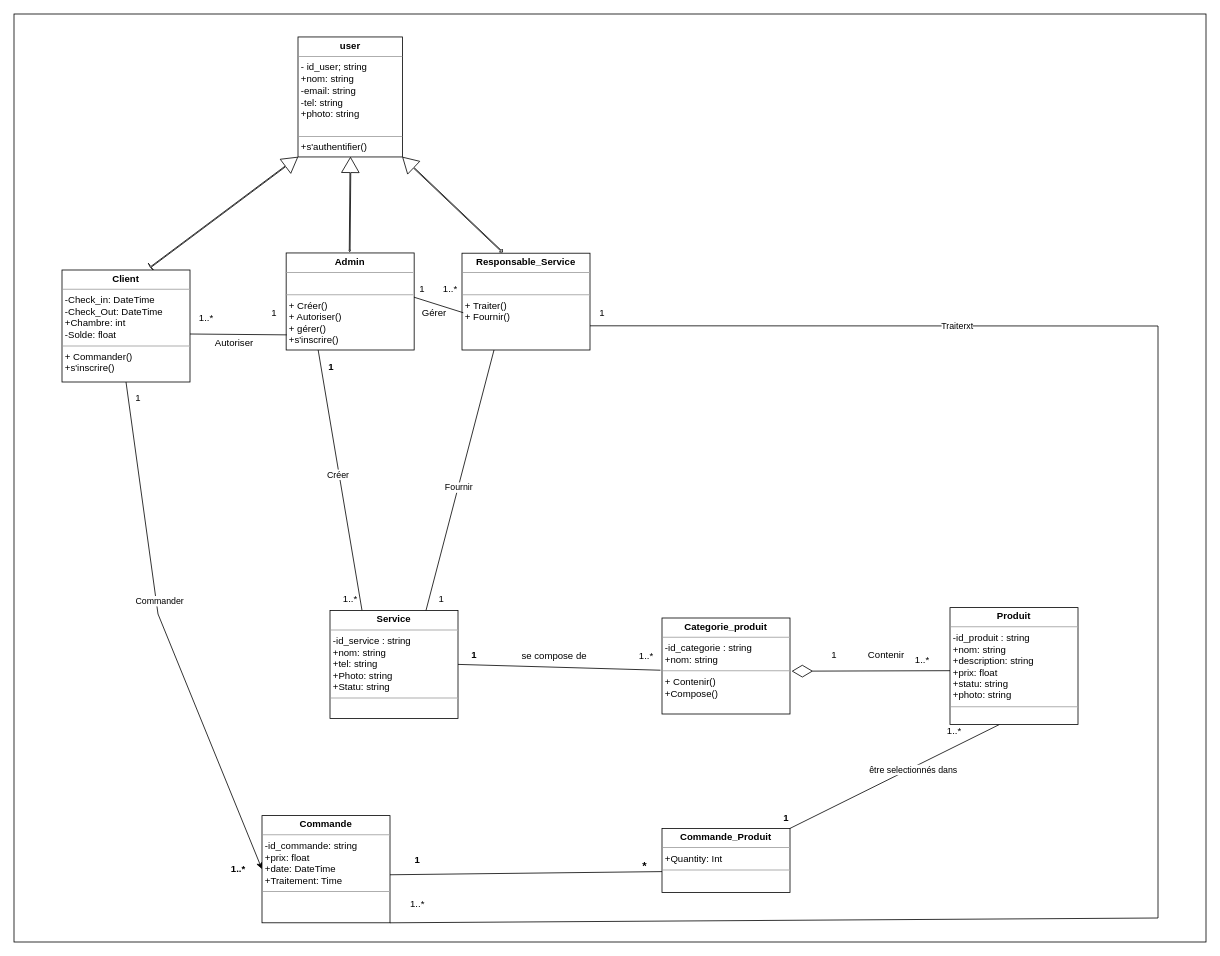
Earlier version of the draw.io diagram page "Class" (1 of 2) of Use case drawio v2.drawio (labidimahdi/diagrams). Source tidied: cells renumbered, new cells numbered last; positions are measured from the earlier drawing's top-left corner, leaving out a move shared by most shapes. Both pictures are drawn from the tidied source at 80%, with x=0, y=0 at pixel (14, 14).
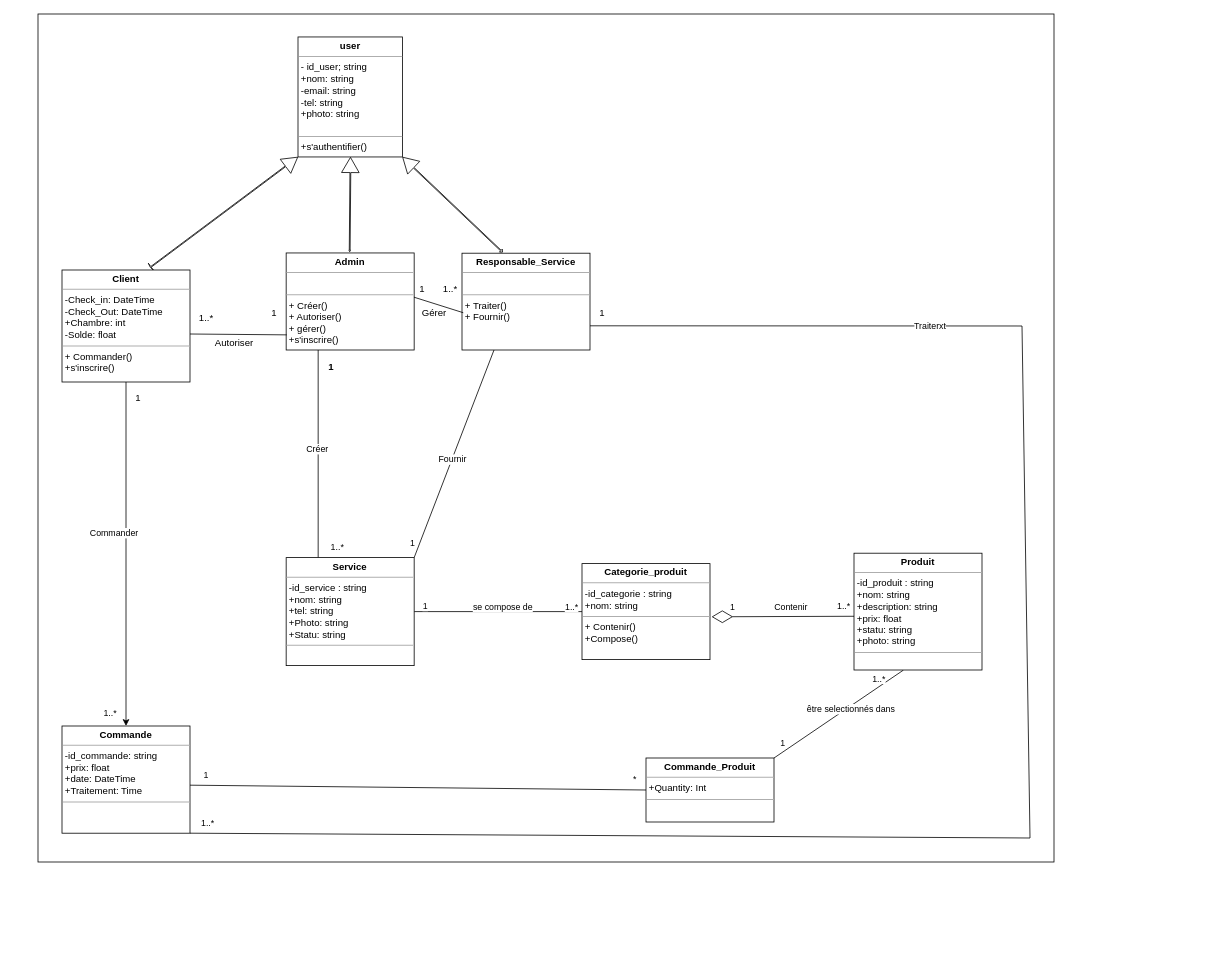
After the change.

Commit message:
Mettre à jour Use case drawio v2.drawio

Unchanged cells that the change refers to:
```xml
<mxCell id="13" style="endArrow=none;html=1;rounded=0;exitX=1;exitY=0;exitDx=0;exitDy=0;entryX=0.386;entryY=1.001;entryDx=0;entryDy=0;entryPerimeter=0;" parent="1" edge="1" source="39" target="38">
  <mxGeometry relative="1" as="geometry" />
</mxCell>
<mxCell id="15" style="rounded=0;jettySize=auto;html=1;exitX=0.25;exitY=1;exitDx=0;exitDy=0;entryX=0.25;entryY=0;entryDx=0;entryDy=0;endArrow=none;endFill=0;" parent="1" edge="1" source="17" target="19">
  <mxGeometry relative="1" as="geometry" />
</mxCell>
<mxCell id="22" value="&lt;p style=&quot;margin:0px;margin-top:4px;text-align:center;&quot;&gt;&lt;b&gt;Responsable_Service&lt;/b&gt;&lt;/p&gt;&lt;hr size=&quot;1&quot;&gt;&lt;p style=&quot;margin:0px;margin-left:4px;&quot;&gt;&lt;br&gt;&lt;/p&gt;&lt;hr size=&quot;1&quot;&gt;&lt;p style=&quot;margin:0px;margin-left:4px;&quot;&gt;+ Traiter()&lt;/p&gt;&lt;p style=&quot;margin:0px;margin-left:4px;&quot;&gt;+ Fournir()&lt;/p&gt;" style="verticalAlign=top;align=left;overflow=fill;fontSize=12;fontFamily=Helvetica;html=1;whiteSpace=wrap;" parent="1" vertex="1">
  <mxGeometry x="560" y="299" width="160" height="121" as="geometry" />
</mxCell>
<mxCell id="29" value="&lt;p style=&quot;margin:0px;margin-top:4px;text-align:center;&quot;&gt;&lt;b&gt;Client&lt;/b&gt;&lt;/p&gt;&lt;hr size=&quot;1&quot;&gt;&lt;p style=&quot;margin:0px;margin-left:4px;&quot;&gt;-Check_in: DateTime&lt;/p&gt;&lt;p style=&quot;margin:0px;margin-left:4px;&quot;&gt;-Check_Out: DateTime&lt;/p&gt;&lt;p style=&quot;margin:0px;margin-left:4px;&quot;&gt;+Chambre: int&lt;/p&gt;&lt;p style=&quot;margin:0px;margin-left:4px;&quot;&gt;-Solde: float&lt;/p&gt;&lt;hr size=&quot;1&quot;&gt;&lt;p style=&quot;margin:0px;margin-left:4px;&quot;&gt;+ Commander()&lt;/p&gt;&lt;p style=&quot;margin:0px;margin-left:4px;&quot;&gt;+s'inscrire()&lt;/p&gt;" style="verticalAlign=top;align=left;overflow=fill;fontSize=12;fontFamily=Helvetica;html=1;whiteSpace=wrap;" parent="1" vertex="1">
  <mxGeometry x="60" y="320" width="160" height="140" as="geometry" />
</mxCell>
```

Diff of the diagram source:
```diff
@@
     <mxCell id="2" style="rounded=0;whiteSpace=wrap;html=1;" parent="1" vertex="1">
-      <mxGeometry width="1490" height="1160" as="geometry" />
+      <mxGeometry x="30" width="1270" height="1060" as="geometry" />
     </mxCell>
-    <mxCell id="3" value="1" style="text;align=center;fontStyle=1;verticalAlign=middle;spacingLeft=3;spacingRight=3;strokeColor=none;html=1;" parent="1" vertex="1">
-      <mxGeometry x="489" y="1045" width="30" height="26" as="geometry" />
-    </mxCell>
-    <mxCell id="4" value="1" style="text;align=center;fontStyle=1;verticalAlign=middle;spacingLeft=3;spacingRight=3;strokeColor=none;html=1;" parent="1" vertex="1">
-      <mxGeometry x="950" y="992" width="30" height="26" as="geometry" />
-    </mxCell>
+    <mxCell id="6" value="1" style="text;align=center;fontStyle=1;verticalAlign=middle;spacingLeft=3;spacingRight=3;strokeColor=none;html=1;" parent="1" vertex="1">
+      <mxGeometry x="378" y="430" width="36" height="24" as="geometry" />
+    </mxCell>
+    <mxCell id="8" style="endArrow=none;html=1;rounded=0;exitX=0.997;exitY=0.552;exitDx=0;exitDy=0;exitPerimeter=0;entryX=0;entryY=0.5;entryDx=0;entryDy=0;" parent="1" edge="1" source="40" target="39">
+      <mxGeometry relative="1" as="geometry" />
+    </mxCell>
-    <mxCell id="5" value="&lt;font style=&quot;font-size: 14px;&quot;&gt;*&lt;/font&gt;" style="text;align=center;fontStyle=1;verticalAlign=middle;spacingLeft=3;spacingRight=3;strokeColor=none;html=1;" parent="1" vertex="1">
-      <mxGeometry x="770" y="1050" width="35" height="30" as="geometry" />
+    <mxCell id="5" value="*" style="edgeLabel;html=1;align=center;verticalAlign=middle;" parent="8" vertex="1">
+      <mxGeometry x="0.95" y="2" relative="1" as="geometry">
+        <mxPoint y="-11" as="offset" />
+      </mxGeometry>
     </mxCell>
-    <mxCell id="6" value="1" style="text;align=center;fontStyle=1;verticalAlign=middle;spacingLeft=3;spacingRight=3;strokeColor=none;html=1;" parent="1" vertex="1">
-      <mxGeometry x="378" y="430" width="36" height="24" as="geometry" />
-    </mxCell>
-    <mxCell id="7" value="1..*" style="text;align=center;fontStyle=1;verticalAlign=middle;spacingLeft=3;spacingRight=3;strokeColor=none;html=1;" parent="1" vertex="1">
-      <mxGeometry x="260" y="1056" width="40" height="26" as="geometry" />
-    </mxCell>
-    <mxCell id="8" style="endArrow=none;html=1;rounded=0;exitX=0.997;exitY=0.552;exitDx=0;exitDy=0;exitPerimeter=0;entryX=0;entryY=0.5;entryDx=0;entryDy=0;" parent="1" edge="1" source="40">
-      <mxGeometry relative="1" as="geometry">
-        <mxPoint x="810" y="1072" as="targetPoint" />
-      </mxGeometry>
-    </mxCell>
-    <mxCell id="9" value="1" style="text;html=1;align=center;verticalAlign=middle;strokeColor=none;fillColor=none;" parent="1" vertex="1">
-      <mxGeometry x="519" y="715.5" width="30" height="30" as="geometry" />
-    </mxCell>
+    <mxCell id="54" value="1" style="edgeLabel;html=1;align=center;verticalAlign=middle;" parent="8" vertex="1">
+      <mxGeometry x="-0.93" y="2" relative="1" as="geometry">
+        <mxPoint y="-12" as="offset" />
+      </mxGeometry>
+    </mxCell>
@@
-    <mxCell id="11" value="1..*" style="text;html=1;align=center;verticalAlign=middle;strokeColor=none;fillColor=none;" parent="1" vertex="1">
-      <mxGeometry x="400" y="715.5" width="40" height="30" as="geometry" />
-    </mxCell>
-    <mxCell id="12" value="1..*" style="text;html=1;align=center;verticalAlign=middle;strokeColor=none;fillColor=none;" parent="1" vertex="1">
-      <mxGeometry x="1155" y="880.5" width="40" height="30" as="geometry" />
-    </mxCell>
@@
+    <mxCell id="55" value="1" style="edgeLabel;html=1;align=center;verticalAlign=middle;" parent="13" vertex="1">
+      <mxGeometry x="-0.81" y="1" relative="1" as="geometry">
+        <mxPoint x="-5" y="-7" as="offset" />
+      </mxGeometry>
+    </mxCell>
+    <mxCell id="56" value="1..*" style="edgeLabel;html=1;align=center;verticalAlign=middle;" parent="13" vertex="1">
+      <mxGeometry x="0.81" y="-3" relative="1" as="geometry">
+        <mxPoint x="-18" y="-3" as="offset" />
+      </mxGeometry>
+    </mxCell>
@@
+    <mxCell id="57" value="1..*" style="edgeLabel;html=1;align=center;verticalAlign=middle;" parent="15" vertex="1">
+      <mxGeometry x="0.89" y="1" relative="1" as="geometry">
+        <mxPoint x="22" as="offset" />
+      </mxGeometry>
+    </mxCell>
@@
-    <mxCell id="18" style="rounded=0;jettySize=auto;html=1;exitX=1;exitY=0.5;exitDx=0;exitDy=0;entryX=0.954;entryY=1.093;entryDx=0;entryDy=0;entryPerimeter=0;endArrow=none;endFill=0;" parent="1" edge="1" source="19" target="32">
+    <mxCell id="18" style="rounded=0;jettySize=auto;html=1;exitX=1;exitY=0.5;exitDx=0;exitDy=0;entryX=0;entryY=0.5;entryDx=0;entryDy=0;endArrow=none;endFill=0;" parent="1" edge="1" source="19" target="30">
       <mxGeometry relative="1" as="geometry" />
     </mxCell>
+    <mxCell id="58" value="1" style="edgeLabel;html=1;align=center;verticalAlign=middle;" parent="18" vertex="1">
+      <mxGeometry x="-0.91" y="1" relative="1" as="geometry">
+        <mxPoint x="4" y="-7" as="offset" />
+      </mxGeometry>
+    </mxCell>
+    <mxCell id="59" value="1..*" style="edgeLabel;html=1;align=center;verticalAlign=middle;" parent="18" vertex="1">
+      <mxGeometry x="0.87" y="-1" relative="1" as="geometry">
+        <mxPoint y="-8" as="offset" />
+      </mxGeometry>
+    </mxCell>
+    <mxCell id="33" value="se compose de" style="edgeLabel;html=1;align=center;verticalAlign=middle;" parent="18" vertex="1">
+      <mxGeometry x="0.15" relative="1" as="geometry">
+        <mxPoint x="-11" y="-7" as="offset" />
+      </mxGeometry>
+    </mxCell>
     <mxCell id="19" value="&lt;p style=&quot;margin:0px;margin-top:4px;text-align:center;&quot;&gt;&lt;b&gt;Service&lt;/b&gt;&lt;/p&gt;&lt;hr size=&quot;1&quot;&gt;&lt;p style=&quot;margin:0px;margin-left:4px;&quot;&gt;-id_service : string&lt;/p&gt;&lt;p style=&quot;margin:0px;margin-left:4px;&quot;&gt;&lt;span style=&quot;background-color: initial;&quot;&gt;+nom: string&lt;/span&gt;&lt;/p&gt;&lt;p style=&quot;margin:0px;margin-left:4px;&quot;&gt;&lt;span style=&quot;background-color: initial;&quot;&gt;+tel&lt;/span&gt;&lt;span style=&quot;background-color: initial;&quot;&gt;: string&lt;/span&gt;&lt;/p&gt;&lt;p style=&quot;margin:0px;margin-left:4px;&quot;&gt;+Photo: string&lt;/p&gt;&lt;p style=&quot;margin:0px;margin-left:4px;&quot;&gt;+Statu: string&lt;/p&gt;&lt;hr size=&quot;1&quot;&gt;&lt;p style=&quot;margin:0px;margin-left:4px;&quot;&gt;&lt;br&gt;&lt;/p&gt;" style="verticalAlign=top;align=left;overflow=fill;fontSize=12;fontFamily=Helvetica;html=1;whiteSpace=wrap;" parent="1" vertex="1">
-      <mxGeometry x="395" y="745.5" width="160" height="135" as="geometry" />
+      <mxGeometry x="340.2" y="679.5" width="160" height="135" as="geometry" />
     </mxCell>
-    <mxCell id="20" style="rounded=0;jettySize=auto;html=1;exitX=0.25;exitY=1;exitDx=0;exitDy=0;endArrow=none;endFill=0;entryX=0.75;entryY=0;entryDx=0;entryDy=0;" parent="1" edge="1" source="22" target="19">
+    <mxCell id="20" style="rounded=0;jettySize=auto;html=1;exitX=0.25;exitY=1;exitDx=0;exitDy=0;endArrow=none;endFill=0;entryX=1;entryY=0;entryDx=0;entryDy=0;" parent="1" edge="1" source="22" target="19">
       <mxGeometry relative="1" as="geometry" />
     </mxCell>
@@
+    <mxCell id="60" value="1" style="edgeLabel;html=1;align=center;verticalAlign=middle;" parent="20" vertex="1">
+      <mxGeometry x="0.86" y="-1" relative="1" as="geometry">
+        <mxPoint x="-9" as="offset" />
+      </mxGeometry>
+    </mxCell>
@@
-    <mxCell id="27" style="rounded=0;jettySize=auto;html=1;exitX=0.5;exitY=1;exitDx=0;exitDy=0;entryX=0;entryY=0.5;entryDx=0;entryDy=0;" parent="1" edge="1" source="29" target="40">
+    <mxCell id="27" style="rounded=0;jettySize=auto;html=1;exitX=0.5;exitY=1;exitDx=0;exitDy=0;entryX=0.5;entryY=0;entryDx=0;entryDy=0;" parent="1" edge="1" source="29" target="40">
       <mxGeometry relative="1" as="geometry">
         <Array as="points">
-          <mxPoint x="180" y="750" />
+          <mxPoint x="140" y="750" />
         </Array>
       </mxGeometry>
     </mxCell>
     <mxCell id="28" value="Commander&lt;br&gt;" style="edgeLabel;html=1;align=center;verticalAlign=middle;" parent="27" vertex="1">
       <mxGeometry x="-0.13" y="3" relative="1" as="geometry">
-        <mxPoint x="1" as="offset" />
+        <mxPoint x="-19" y="1" as="offset" />
       </mxGeometry>
     </mxCell>
+    <mxCell id="61" value="1..*" style="edgeLabel;html=1;align=center;verticalAlign=middle;" parent="27" vertex="1">
+      <mxGeometry x="0.92" y="3" relative="1" as="geometry">
+        <mxPoint x="-24" as="offset" />
+      </mxGeometry>
+    </mxCell>
@@
     <mxCell id="30" value="&lt;p style=&quot;margin:0px;margin-top:4px;text-align:center;&quot;&gt;&lt;b&gt;Categorie_produit&lt;/b&gt;&lt;/p&gt;&lt;hr size=&quot;1&quot;&gt;&lt;p style=&quot;margin:0px;margin-left:4px;&quot;&gt;-id_categorie : string&lt;/p&gt;&lt;p style=&quot;margin:0px;margin-left:4px;&quot;&gt;&lt;span style=&quot;background-color: initial;&quot;&gt;+nom: string&lt;/span&gt;&lt;/p&gt;&lt;hr size=&quot;1&quot;&gt;&lt;p style=&quot;margin:0px;margin-left:4px;&quot;&gt;+ Contenir()&lt;/p&gt;&lt;p style=&quot;margin:0px;margin-left:4px;&quot;&gt;+Compose()&lt;/p&gt;" style="verticalAlign=top;align=left;overflow=fill;fontSize=12;fontFamily=Helvetica;html=1;whiteSpace=wrap;" parent="1" vertex="1">
-      <mxGeometry x="810" y="755" width="160" height="120" as="geometry" />
+      <mxGeometry x="710" y="687" width="160" height="120" as="geometry" />
     </mxCell>
-    <mxCell id="31" value="1" style="text;align=center;fontStyle=1;verticalAlign=middle;spacingLeft=3;spacingRight=3;strokeColor=none;html=1;" parent="1" vertex="1">
-      <mxGeometry x="560" y="788.5" width="30" height="26" as="geometry" />
-    </mxCell>
-    <mxCell id="32" value="1..*" style="text;html=1;align=center;verticalAlign=middle;points=[];strokeColor=none;fillColor=none;" parent="1" vertex="1">
-      <mxGeometry x="770" y="787.5" width="40" height="30" as="geometry" />
-    </mxCell>
-    <mxCell id="33" value="se compose de" style="text;html=1;align=center;verticalAlign=middle;strokeColor=none;fillColor=none;" parent="1" vertex="1">
-      <mxGeometry x="625" y="787.5" width="100" height="30" as="geometry" />
-    </mxCell>
-    <mxCell id="34" value="1..*" style="text;html=1;align=center;verticalAlign=middle;strokeColor=none;fillColor=none;" parent="1" vertex="1">
-      <mxGeometry x="1115" y="792.5" width="40" height="30" as="geometry" />
-    </mxCell>
-    <mxCell id="35" value="1" style="text;html=1;align=center;verticalAlign=middle;strokeColor=none;fillColor=none;" parent="1" vertex="1">
-      <mxGeometry x="1010" y="786.5" width="30" height="30" as="geometry" />
-    </mxCell>
+    <mxCell id="37" style="endArrow=diamondThin;endFill=0;endSize=24;html=1;rounded=0;exitX=0.005;exitY=0.54;exitDx=0;exitDy=0;entryX=1.012;entryY=0.554;entryDx=0;entryDy=0;entryPerimeter=0;exitPerimeter=0;" parent="1" edge="1" source="38" target="30">
+      <mxGeometry relative="1" as="geometry" />
+    </mxCell>
+    <mxCell id="62" value="1..*" style="edgeLabel;html=1;align=center;verticalAlign=middle;" parent="37" vertex="1">
+      <mxGeometry x="-0.84" y="-2" relative="1" as="geometry">
+        <mxPoint y="-11" as="offset" />
+      </mxGeometry>
+    </mxCell>
+    <mxCell id="63" value="1" style="edgeLabel;html=1;align=center;verticalAlign=middle;" parent="37" vertex="1">
+      <mxGeometry x="0.71" y="-2" relative="1" as="geometry">
+        <mxPoint y="-11" as="offset" />
+      </mxGeometry>
+    </mxCell>
-    <mxCell id="36" value="Contenir" style="text;html=1;align=center;verticalAlign=middle;strokeColor=none;fillColor=none;" parent="1" vertex="1">
-      <mxGeometry x="1055" y="786.5" width="70" height="30" as="geometry" />
+    <mxCell id="36" value="Contenir" style="edgeLabel;html=1;align=center;verticalAlign=middle;" parent="37" vertex="1">
+      <mxGeometry x="0.09" relative="1" as="geometry">
+        <mxPoint x="17" y="-13" as="offset" />
+      </mxGeometry>
     </mxCell>
-    <mxCell id="37" style="endArrow=diamondThin;endFill=0;endSize=24;html=1;rounded=0;exitX=0.005;exitY=0.54;exitDx=0;exitDy=0;entryX=1.012;entryY=0.554;entryDx=0;entryDy=0;entryPerimeter=0;exitPerimeter=0;" parent="1" edge="1" source="38" target="30">
-      <mxGeometry relative="1" as="geometry" />
-    </mxCell>
     <mxCell id="38" value="&lt;p style=&quot;margin:0px;margin-top:4px;text-align:center;&quot;&gt;&lt;b&gt;Produit&lt;/b&gt;&lt;/p&gt;&lt;hr size=&quot;1&quot;&gt;&lt;p style=&quot;margin:0px;margin-left:4px;&quot;&gt;-id_produit : string&lt;/p&gt;&lt;p style=&quot;margin:0px;margin-left:4px;&quot;&gt;&lt;span style=&quot;background-color: initial;&quot;&gt;+nom: string&lt;/span&gt;&lt;/p&gt;&lt;p style=&quot;margin:0px;margin-left:4px;&quot;&gt;+description: string&lt;/p&gt;&lt;p style=&quot;margin:0px;margin-left:4px;&quot;&gt;+prix: float&lt;/p&gt;&lt;p style=&quot;margin:0px;margin-left:4px;&quot;&gt;+statu: string&lt;/p&gt;&lt;p style=&quot;margin:0px;margin-left:4px;&quot;&gt;+photo: string&lt;/p&gt;&lt;hr size=&quot;1&quot;&gt;&lt;p style=&quot;margin:0px;margin-left:4px;&quot;&gt;&lt;br&gt;&lt;/p&gt;" style="verticalAlign=top;align=left;overflow=fill;fontSize=12;fontFamily=Helvetica;html=1;whiteSpace=wrap;" parent="1" vertex="1">
-      <mxGeometry x="1170" y="742" width="160" height="146" as="geometry" />
+      <mxGeometry x="1050" y="674" width="160" height="146" as="geometry" />
     </mxCell>
     <mxCell id="39" value="&lt;p style=&quot;margin:0px;margin-top:4px;text-align:center;&quot;&gt;&lt;b&gt;Commande_Produit&lt;/b&gt;&lt;/p&gt;&lt;hr size=&quot;1&quot;&gt;&lt;p style=&quot;margin:0px;margin-left:4px;&quot;&gt;&lt;span style=&quot;background-color: initial;&quot;&gt;+Quantity: Int&lt;/span&gt;&lt;/p&gt;&lt;hr size=&quot;1&quot;&gt;&lt;p style=&quot;margin:0px;margin-left:4px;&quot;&gt;&lt;br&gt;&lt;/p&gt;" style="verticalAlign=top;align=left;overflow=fill;fontSize=12;fontFamily=Helvetica;html=1;whiteSpace=wrap;" parent="1" vertex="1">
-      <mxGeometry x="810" y="1018" width="160" height="80" as="geometry" />
+      <mxGeometry x="790" y="930" width="160" height="80" as="geometry" />
     </mxCell>
     <mxCell id="40" value="&lt;p style=&quot;margin:0px;margin-top:4px;text-align:center;&quot;&gt;&lt;b&gt;Commande&lt;/b&gt;&lt;/p&gt;&lt;hr size=&quot;1&quot;&gt;&lt;p style=&quot;margin:0px;margin-left:4px;&quot;&gt;&lt;span style=&quot;background-color: initial;&quot;&gt;-id_commande: string&lt;/span&gt;&lt;/p&gt;&lt;p style=&quot;margin:0px;margin-left:4px;&quot;&gt;&lt;span style=&quot;background-color: initial;&quot;&gt;+prix: float&lt;/span&gt;&lt;/p&gt;&lt;p style=&quot;margin:0px;margin-left:4px;&quot;&gt;+date: DateTime&lt;/p&gt;&lt;p style=&quot;margin:0px;margin-left:4px;&quot;&gt;+Traitement: Time&lt;/p&gt;&lt;hr size=&quot;1&quot;&gt;&lt;p style=&quot;margin:0px;margin-left:4px;&quot;&gt;&lt;br&gt;&lt;/p&gt;" style="verticalAlign=top;align=left;overflow=fill;fontSize=12;fontFamily=Helvetica;html=1;whiteSpace=wrap;" parent="1" vertex="1">
-      <mxGeometry x="310" y="1002" width="160" height="134" as="geometry" />
+      <mxGeometry x="60" y="890" width="160" height="134" as="geometry" />
     </mxCell>
@@
     <mxCell id="50" style="endArrow=none;html=1;rounded=0;exitX=1;exitY=1;exitDx=0;exitDy=0;entryX=1;entryY=0.75;entryDx=0;entryDy=0;" parent="1" edge="1" source="40" target="22">
       <mxGeometry relative="1" as="geometry">
         <Array as="points">
-          <mxPoint x="1430" y="1130" />
-          <mxPoint x="1430" y="390" />
+          <mxPoint x="1270" y="1030" />
+          <mxPoint x="1260" y="390" />
         </Array>
       </mxGeometry>
     </mxCell>
@@
-    <mxCell id="52" value="1..*" style="text;html=1;align=center;verticalAlign=middle;strokeColor=none;fillColor=none;" parent="1" vertex="1">
-      <mxGeometry x="484" y="1098" width="40" height="30" as="geometry" />
-    </mxCell>
+    <mxCell id="64" value="1..*" style="edgeLabel;html=1;align=center;verticalAlign=middle;" parent="50" vertex="1">
+      <mxGeometry x="-0.98" y="-1" relative="1" as="geometry">
+        <mxPoint y="-15" as="offset" />
+      </mxGeometry>
+    </mxCell>
```
